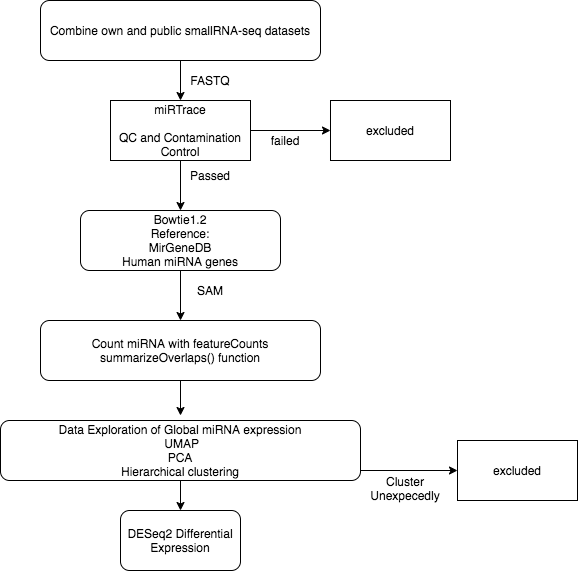
The draw.io diagram images/Pipeline_Flowchart2.png in eirikhoye/mirna_pipeline, before a commit. Source tidied: cells renumbered, new cells last; positions are measured from the earlier drawing's top-left corner, leaving out a move shared by most shapes.
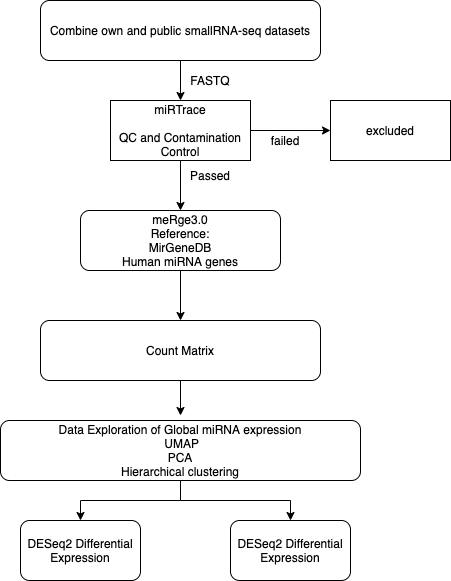
The same file after the commit.

The edit, as a diff of the source:
```diff
@@ -31,23 +31,9 @@
     <mxCell id="8" value="excluded" style="rounded=0;whiteSpace=wrap;html=1;" parent="1" vertex="1">
       <mxGeometry x="330" y="100" width="120" height="60" as="geometry" />
     </mxCell>
-    <mxCell id="9" style="edgeStyle=orthogonalEdgeStyle;rounded=0;jettySize=auto;html=1;entryX=0;entryY=0.5;entryDx=0;entryDy=0;" parent="1" edge="1" target="12">
-      <mxGeometry relative="1" as="geometry">
-        <mxPoint x="355" y="470" as="sourcePoint" />
-      </mxGeometry>
-    </mxCell>
     <mxCell id="10" value="Passed" style="text;html=1;strokeColor=none;fillColor=none;align=center;verticalAlign=middle;whiteSpace=wrap;rounded=0;" parent="1" vertex="1">
       <mxGeometry x="180" y="170" width="60" height="10" as="geometry" />
     </mxCell>
-    <mxCell id="11" value="SAM" style="text;html=1;strokeColor=none;fillColor=none;align=center;verticalAlign=middle;whiteSpace=wrap;rounded=0;" parent="1" vertex="1">
-      <mxGeometry x="190" y="280" width="40" height="20" as="geometry" />
-    </mxCell>
-    <mxCell id="12" value="excluded" style="rounded=0;whiteSpace=wrap;html=1;" parent="1" vertex="1">
-      <mxGeometry x="457" y="440" width="120" height="60" as="geometry" />
-    </mxCell>
-    <mxCell id="13" value="Cluster Unexpecedly" style="text;html=1;strokeColor=none;fillColor=none;align=center;verticalAlign=middle;whiteSpace=wrap;rounded=0;" parent="1" vertex="1">
-      <mxGeometry x="360" y="465" width="90" height="45" as="geometry" />
-    </mxCell>
     <mxCell id="14" style="edgeStyle=orthogonalEdgeStyle;rounded=0;jettySize=auto;html=1;" parent="1" edge="1" source="15" target="4">
       <mxGeometry relative="1" as="geometry" />
     </mxCell>
@@ -57,20 +43,26 @@
     <mxCell id="16" value="FASTQ" style="text;html=1;strokeColor=none;fillColor=none;align=center;verticalAlign=middle;whiteSpace=wrap;rounded=0;" parent="1" vertex="1">
       <mxGeometry x="190" y="70" width="40" height="20" as="geometry" />
     </mxCell>
-    <mxCell id="17" value="&lt;span&gt;Bowtie1.2&lt;/span&gt;&lt;br&gt;&lt;span&gt;Reference:&lt;/span&gt;&lt;br&gt;&lt;span&gt;MirGeneDB&lt;/span&gt;&lt;br&gt;&lt;span&gt;Human miRNA genes&lt;/span&gt;" style="rounded=1;whiteSpace=wrap;html=1;" parent="1" vertex="1">
+    <mxCell id="17" value="meRge3.0&lt;br&gt;&lt;span&gt;Reference:&lt;/span&gt;&lt;br&gt;&lt;span&gt;MirGeneDB&lt;/span&gt;&lt;br&gt;&lt;span&gt;Human miRNA genes&lt;/span&gt;" style="rounded=1;whiteSpace=wrap;html=1;" parent="1" vertex="1">
       <mxGeometry x="80" y="210" width="200" height="60" as="geometry" />
     </mxCell>
-    <mxCell id="18" value="&lt;span&gt;Count miRNA with featureCounts summarizeOverlaps() function&lt;/span&gt;" style="rounded=1;whiteSpace=wrap;html=1;" parent="1" vertex="1">
+    <mxCell id="18" value="&lt;span&gt;Count Matrix&lt;/span&gt;" style="rounded=1;whiteSpace=wrap;html=1;" parent="1" vertex="1">
       <mxGeometry x="40" y="320" width="280" height="60" as="geometry" />
     </mxCell>
     <mxCell id="19" style="edgeStyle=orthogonalEdgeStyle;rounded=0;jettySize=auto;html=1;entryX=0.5;entryY=0;entryDx=0;entryDy=0;" parent="1" edge="1" source="20" target="21">
       <mxGeometry relative="1" as="geometry" />
     </mxCell>
+    <mxCell id="22" style="edgeStyle=orthogonalEdgeStyle;rounded=0;jettySize=auto;html=1;entryX=0.5;entryY=0;entryDx=0;entryDy=0;" parent="1" edge="1" source="20" target="23">
+      <mxGeometry relative="1" as="geometry" />
+    </mxCell>
     <mxCell id="20" value="&lt;span&gt;Data Exploration of Global miRNA expression&lt;/span&gt;&lt;br&gt;&lt;span&gt;&amp;nbsp;UMAP&lt;/span&gt;&lt;br&gt;&lt;span&gt;PCA&lt;/span&gt;&lt;br&gt;&lt;span&gt;Hierarchical clustering&lt;/span&gt;" style="rounded=1;whiteSpace=wrap;html=1;" parent="1" vertex="1">
       <mxGeometry y="420" width="360" height="60" as="geometry" />
     </mxCell>
     <mxCell id="21" value="&lt;span&gt;DESeq2 Differential Expression&lt;/span&gt;" style="rounded=1;whiteSpace=wrap;html=1;" parent="1" vertex="1">
-      <mxGeometry x="120" y="510" width="120" height="60" as="geometry" />
+      <mxGeometry x="20" y="520" width="120" height="60" as="geometry" />
     </mxCell>
+    <mxCell id="23" value="&lt;span&gt;DESeq2 Differential Expression&lt;/span&gt;" style="rounded=1;whiteSpace=wrap;html=1;" parent="1" vertex="1">
+      <mxGeometry x="230" y="520" width="120" height="60" as="geometry" />
+    </mxCell>
   </root>
 </mxGraphModel>
```
